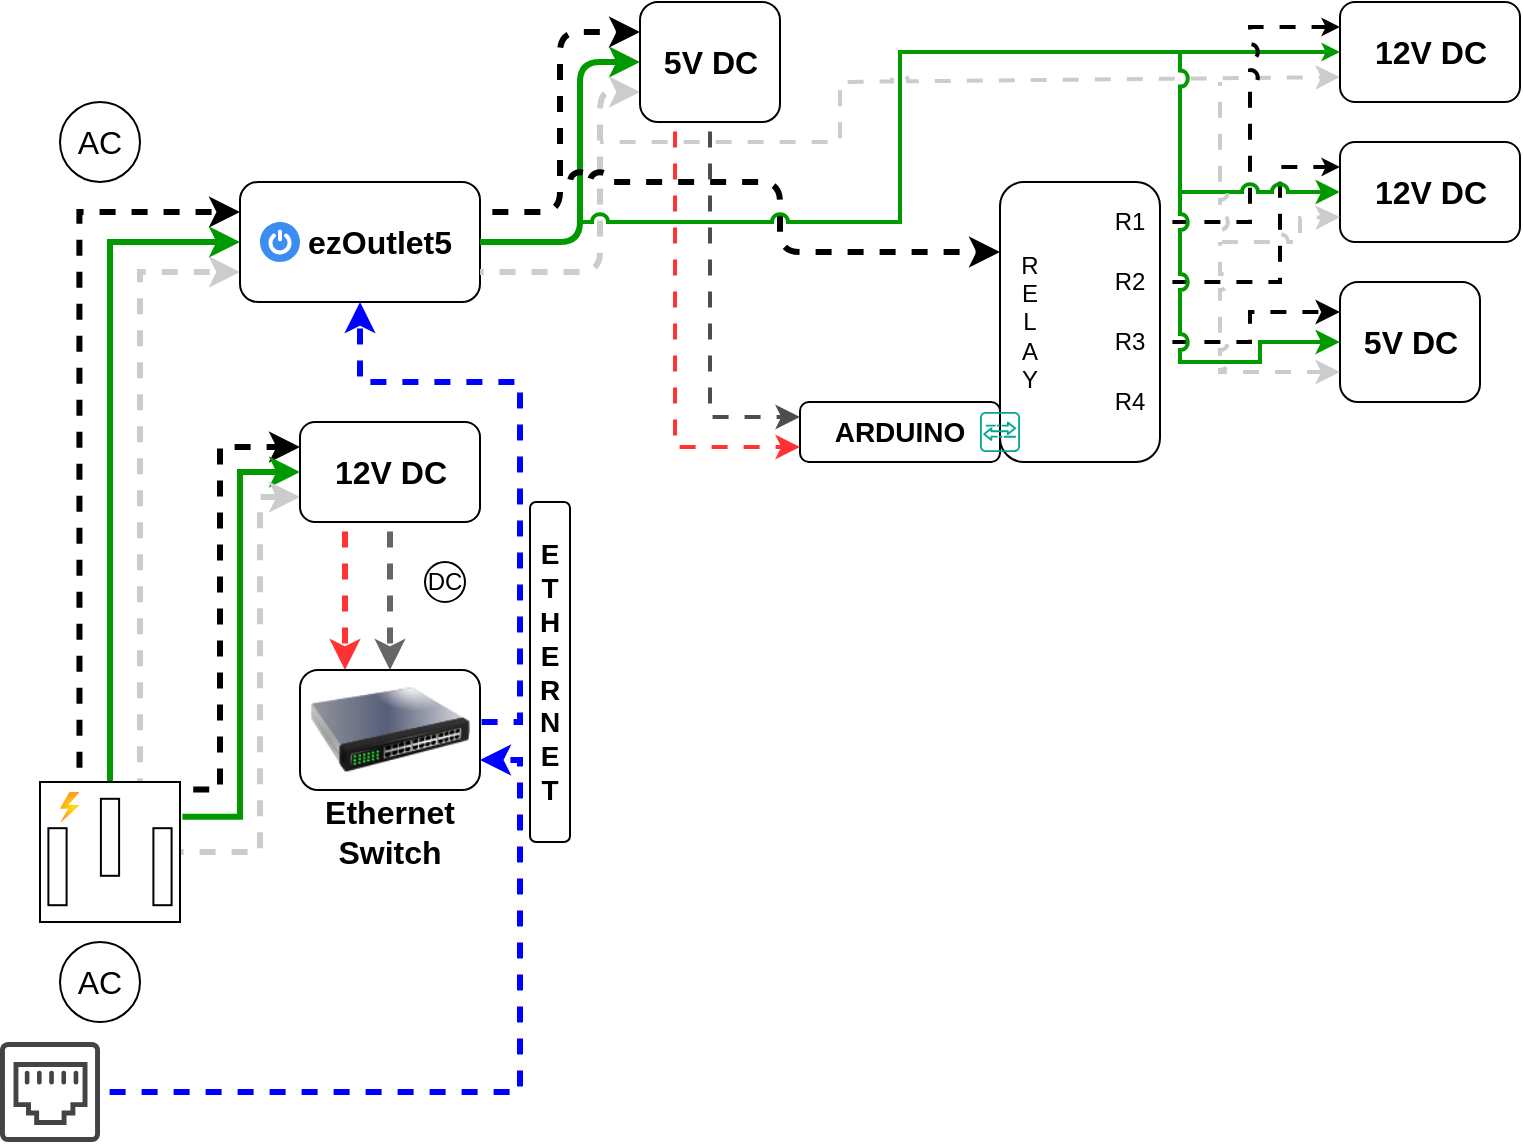
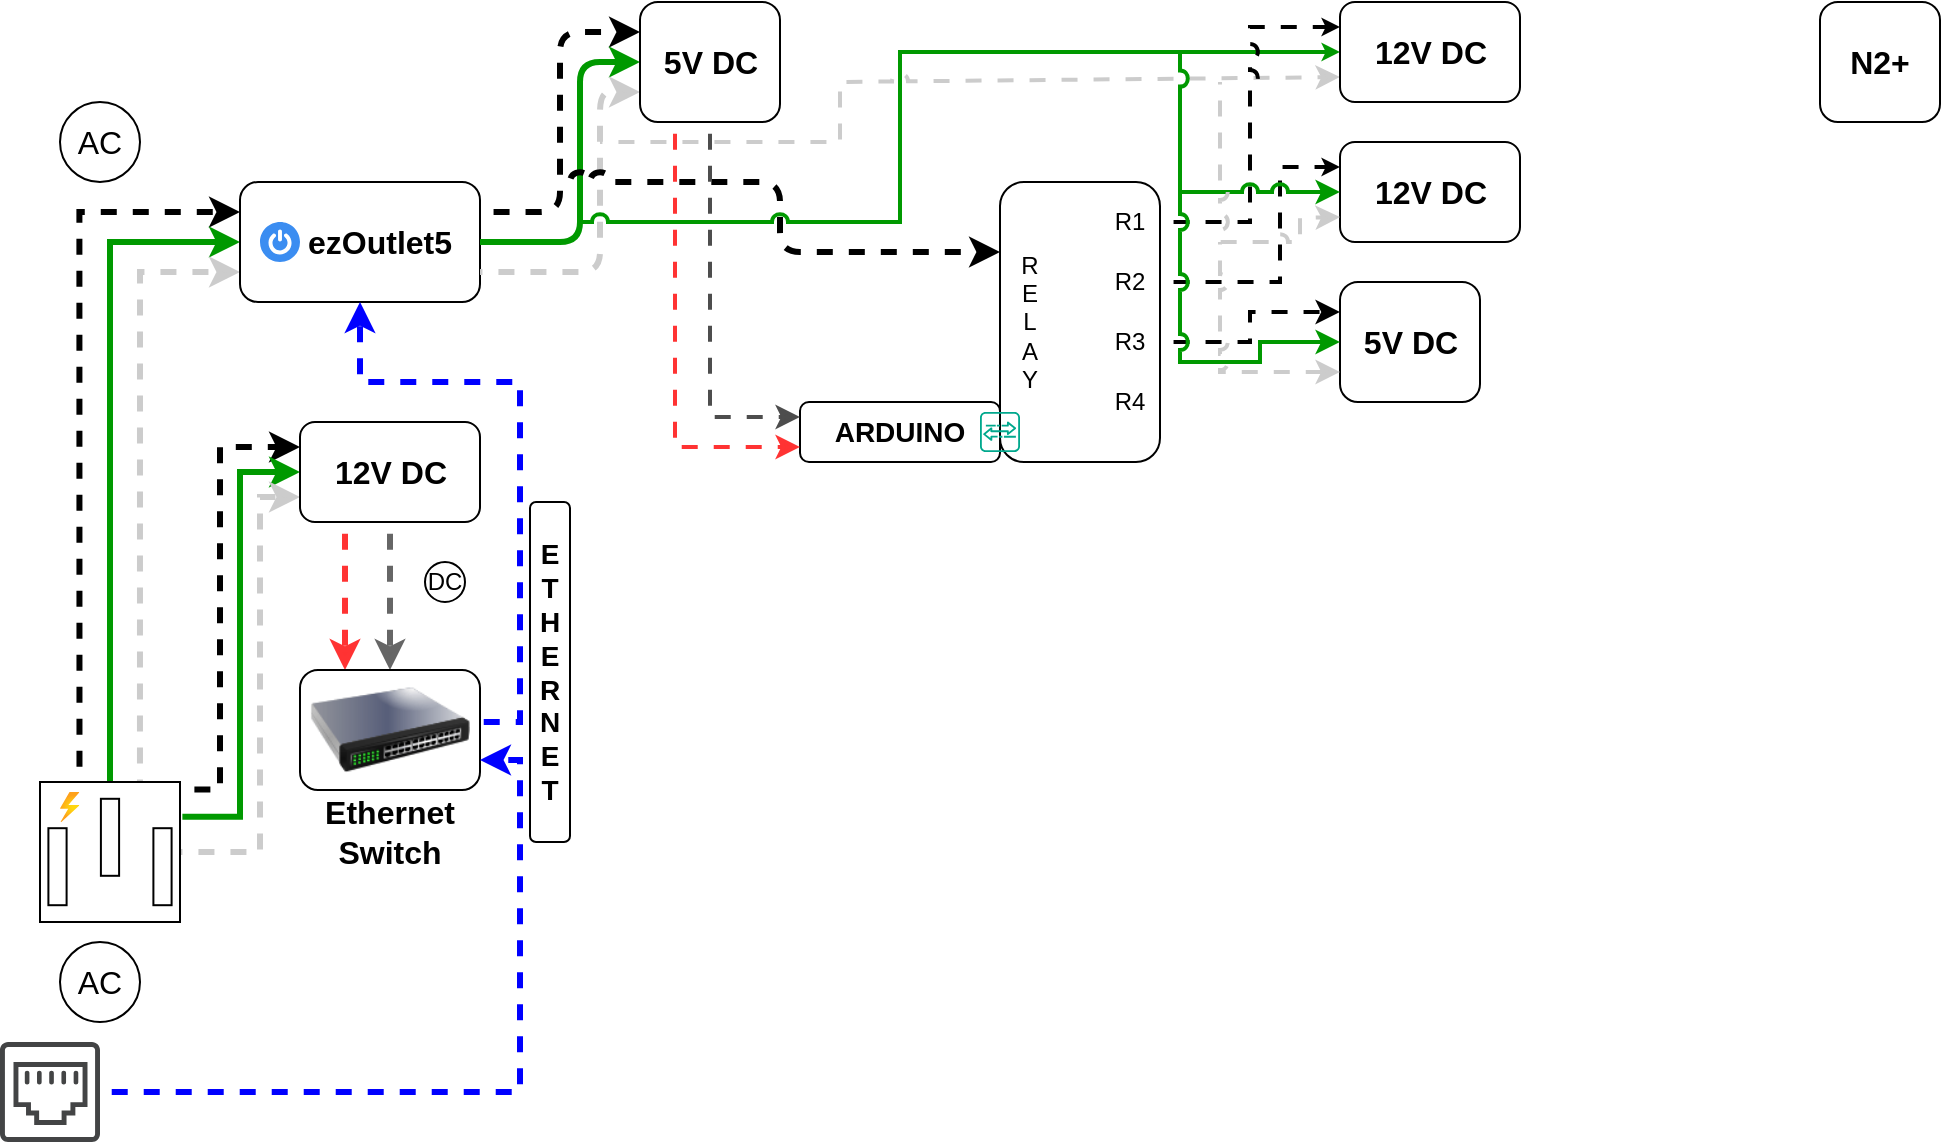
<mxfile host="app.diagrams.net" agent="Mozilla/5.0 (Windows NT 10.0; Win64; x64) AppleWebKit/537.36 (KHTML, like Gecko) Chrome/131.0.0.0 Safari/537.36 Edg/131.0.0.0" version="25.0.3">
  <diagram name="Page-1" id="VlRkN-xOVygPYa-iD9Ir">
-     <mxGraphModel dx="292" dy="183" grid="1" gridSize="10" guides="1" tooltips="1" connect="1" arrows="1" fold="1" page="1" pageScale="1" pageWidth="1600" pageHeight="900" background="none" math="0" shadow="0">
+     <mxGraphModel dx="500" dy="313" grid="1" gridSize="10" guides="1" tooltips="1" connect="1" arrows="1" fold="1" page="1" pageScale="1" pageWidth="1600" pageHeight="900" background="none" math="0" shadow="0">
      <root>
        <mxCell id="0" />
        <mxCell id="1" parent="0" />
        <mxCell id="JVLtuT8sySUBbFbLTn6r-3" style="edgeStyle=orthogonalEdgeStyle;rounded=0;orthogonalLoop=1;jettySize=auto;html=1;entryX=0;entryY=0.25;entryDx=0;entryDy=0;exitX=0.282;exitY=-0.013;exitDx=0;exitDy=0;exitPerimeter=0;strokeWidth=3;flowAnimation=1;flowAnimationDirection=alternate;flowAnimationTimingFunction=ease-in-out;flowAnimationDuration=1500;" parent="1" source="pD8juBFKP1GN8B8eYQTb-1" target="pD8juBFKP1GN8B8eYQTb-3" edge="1">
          <mxGeometry relative="1" as="geometry" />
        </mxCell>
        <mxCell id="JVLtuT8sySUBbFbLTn6r-4" style="edgeStyle=orthogonalEdgeStyle;rounded=0;orthogonalLoop=1;jettySize=auto;html=1;exitX=0.5;exitY=0;exitDx=0;exitDy=0;exitPerimeter=0;entryX=0;entryY=0.5;entryDx=0;entryDy=0;strokeColor=#009900;strokeWidth=3;" parent="1" source="pD8juBFKP1GN8B8eYQTb-1" target="pD8juBFKP1GN8B8eYQTb-3" edge="1">
          <mxGeometry relative="1" as="geometry" />
        </mxCell>
        <mxCell id="JVLtuT8sySUBbFbLTn6r-5" style="edgeStyle=orthogonalEdgeStyle;rounded=0;orthogonalLoop=1;jettySize=auto;html=1;entryX=0;entryY=0.75;entryDx=0;entryDy=0;exitX=0.714;exitY=0;exitDx=0;exitDy=0;exitPerimeter=0;strokeWidth=3;strokeColor=#CCCCCC;flowAnimation=1;flowAnimationDirection=alternate-reverse;flowAnimationTimingFunction=ease-in-out;flowAnimationDuration=1500;" parent="1" source="pD8juBFKP1GN8B8eYQTb-1" target="pD8juBFKP1GN8B8eYQTb-3" edge="1">
          <mxGeometry relative="1" as="geometry">
            <mxPoint x="120" y="320" as="targetPoint" />
          </mxGeometry>
        </mxCell>
        <mxCell id="JVLtuT8sySUBbFbLTn6r-6" style="edgeStyle=orthogonalEdgeStyle;rounded=0;orthogonalLoop=1;jettySize=auto;html=1;entryX=0;entryY=0.25;entryDx=0;entryDy=0;exitX=1.006;exitY=0.054;exitDx=0;exitDy=0;exitPerimeter=0;strokeWidth=3;flowAnimation=1;flowAnimationDirection=alternate;flowAnimationTimingFunction=ease-in-out;flowAnimationDuration=1500;" parent="1" source="pD8juBFKP1GN8B8eYQTb-1" target="pD8juBFKP1GN8B8eYQTb-24" edge="1">
          <mxGeometry relative="1" as="geometry">
            <Array as="points">
              <mxPoint x="120" y="404" />
              <mxPoint x="120" y="233" />
            </Array>
          </mxGeometry>
        </mxCell>
        <mxCell id="JVLtuT8sySUBbFbLTn6r-7" style="edgeStyle=orthogonalEdgeStyle;rounded=0;orthogonalLoop=1;jettySize=auto;html=1;entryX=0;entryY=0.5;entryDx=0;entryDy=0;exitX=1.017;exitY=0.249;exitDx=0;exitDy=0;exitPerimeter=0;strokeWidth=3;strokeColor=#009900;" parent="1" source="pD8juBFKP1GN8B8eYQTb-1" target="pD8juBFKP1GN8B8eYQTb-24" edge="1">
          <mxGeometry relative="1" as="geometry" />
        </mxCell>
        <mxCell id="JVLtuT8sySUBbFbLTn6r-8" style="edgeStyle=orthogonalEdgeStyle;rounded=0;orthogonalLoop=1;jettySize=auto;html=1;entryX=0;entryY=0.75;entryDx=0;entryDy=0;strokeColor=#CCCCCC;strokeWidth=3;flowAnimation=1;flowAnimationDirection=alternate-reverse;flowAnimationTimingFunction=ease-in-out;flowAnimationDuration=1500;" parent="1" source="pD8juBFKP1GN8B8eYQTb-1" target="pD8juBFKP1GN8B8eYQTb-24" edge="1">
          <mxGeometry relative="1" as="geometry">
            <Array as="points">
              <mxPoint x="140" y="435" />
              <mxPoint x="140" y="258" />
            </Array>
          </mxGeometry>
        </mxCell>
        <mxCell id="JVLtuT8sySUBbFbLTn6r-1" value="" style="group" parent="1" vertex="1" connectable="0">
          <mxGeometry x="30" y="480" width="60" height="40" as="geometry" />
        </mxCell>
        <mxCell id="pD8juBFKP1GN8B8eYQTb-22" value="AC" style="text;html=1;align=center;verticalAlign=middle;whiteSpace=wrap;rounded=0;fontSize=16;" parent="JVLtuT8sySUBbFbLTn6r-1" vertex="1">
          <mxGeometry y="5" width="60" height="30" as="geometry" />
        </mxCell>
        <mxCell id="pD8juBFKP1GN8B8eYQTb-23" value="" style="ellipse;whiteSpace=wrap;html=1;fillColor=none;" parent="JVLtuT8sySUBbFbLTn6r-1" vertex="1">
          <mxGeometry x="10" width="40" height="40" as="geometry" />
        </mxCell>
        <mxCell id="JVLtuT8sySUBbFbLTn6r-2" value="" style="group" parent="1" vertex="1" connectable="0">
          <mxGeometry x="30" y="60" width="60" height="40" as="geometry" />
        </mxCell>
        <mxCell id="pD8juBFKP1GN8B8eYQTb-9" value="" style="ellipse;whiteSpace=wrap;html=1;fillColor=none;" parent="JVLtuT8sySUBbFbLTn6r-2" vertex="1">
          <mxGeometry x="10" width="40" height="40" as="geometry" />
        </mxCell>
        <mxCell id="pD8juBFKP1GN8B8eYQTb-11" value="AC" style="text;html=1;align=center;verticalAlign=middle;whiteSpace=wrap;rounded=0;fontSize=16;" parent="JVLtuT8sySUBbFbLTn6r-2" vertex="1">
          <mxGeometry y="5" width="60" height="30" as="geometry" />
        </mxCell>
        <mxCell id="JVLtuT8sySUBbFbLTn6r-9" value="" style="group" parent="1" vertex="1" connectable="0">
          <mxGeometry x="130" y="100" width="120" height="60" as="geometry" />
        </mxCell>
        <mxCell id="JVLtuT8sySUBbFbLTn6r-16" value="" style="group" parent="JVLtuT8sySUBbFbLTn6r-9" vertex="1" connectable="0">
          <mxGeometry width="120" height="60" as="geometry" />
        </mxCell>
        <mxCell id="pD8juBFKP1GN8B8eYQTb-3" value="" style="rounded=1;whiteSpace=wrap;html=1;" parent="JVLtuT8sySUBbFbLTn6r-16" vertex="1">
          <mxGeometry width="120" height="60" as="geometry" />
        </mxCell>
        <mxCell id="JVLtuT8sySUBbFbLTn6r-13" value="" style="sketch=0;html=1;aspect=fixed;strokeColor=none;shadow=0;fillColor=#3B8DF1;verticalAlign=top;labelPosition=center;verticalLabelPosition=bottom;shape=mxgraph.gcp2.a7_power" parent="JVLtuT8sySUBbFbLTn6r-16" vertex="1">
          <mxGeometry x="10" y="20" width="20" height="20" as="geometry" />
        </mxCell>
        <mxCell id="pD8juBFKP1GN8B8eYQTb-15" value="&lt;b&gt;ezOutlet5&lt;/b&gt;" style="text;html=1;align=center;verticalAlign=middle;whiteSpace=wrap;rounded=0;fontSize=16;" parent="JVLtuT8sySUBbFbLTn6r-16" vertex="1">
          <mxGeometry x="40" y="10" width="60" height="40" as="geometry" />
        </mxCell>
        <mxCell id="JVLtuT8sySUBbFbLTn6r-11" value="" style="group" parent="1" vertex="1" connectable="0">
          <mxGeometry x="160" y="220" width="90" height="50" as="geometry" />
        </mxCell>
        <mxCell id="JVLtuT8sySUBbFbLTn6r-72" value="" style="group" parent="JVLtuT8sySUBbFbLTn6r-11" vertex="1" connectable="0">
          <mxGeometry width="90" height="50" as="geometry" />
        </mxCell>
        <mxCell id="pD8juBFKP1GN8B8eYQTb-24" value="" style="rounded=1;whiteSpace=wrap;html=1;" parent="JVLtuT8sySUBbFbLTn6r-72" vertex="1">
          <mxGeometry width="90" height="50" as="geometry" />
        </mxCell>
        <mxCell id="JVLtuT8sySUBbFbLTn6r-10" value="&lt;font style=&quot;font-size: 16px;&quot;&gt;&lt;b&gt;12V DC&lt;/b&gt;&lt;/font&gt;" style="text;html=1;align=center;verticalAlign=middle;whiteSpace=wrap;rounded=0;" parent="JVLtuT8sySUBbFbLTn6r-72" vertex="1">
          <mxGeometry x="15.75" y="10" width="58.5" height="30" as="geometry" />
        </mxCell>
        <mxCell id="JVLtuT8sySUBbFbLTn6r-18" value="" style="group" parent="1" vertex="1" connectable="0">
          <mxGeometry x="30" y="400" width="70" height="70" as="geometry" />
        </mxCell>
        <mxCell id="pD8juBFKP1GN8B8eYQTb-1" value="" style="pointerEvents=1;verticalLabelPosition=bottom;shadow=0;dashed=0;align=center;html=1;verticalAlign=top;shape=mxgraph.electrical.miscellaneous.ac_out" parent="JVLtuT8sySUBbFbLTn6r-18" vertex="1">
          <mxGeometry width="70" height="70" as="geometry" />
        </mxCell>
        <mxCell id="JVLtuT8sySUBbFbLTn6r-12" value="" style="image;aspect=fixed;html=1;points=[];align=center;fontSize=12;image=img/lib/azure2/general/Power.svg;" parent="JVLtuT8sySUBbFbLTn6r-18" vertex="1">
          <mxGeometry x="10" y="5" width="9.72" height="15" as="geometry" />
        </mxCell>
        <mxCell id="JVLtuT8sySUBbFbLTn6r-23" style="edgeStyle=orthogonalEdgeStyle;rounded=0;orthogonalLoop=1;jettySize=auto;html=1;entryX=0.25;entryY=0;entryDx=0;entryDy=0;exitX=0.25;exitY=1;exitDx=0;exitDy=0;strokeColor=#FF3333;strokeWidth=3;flowAnimation=1;" parent="1" source="pD8juBFKP1GN8B8eYQTb-24" target="JVLtuT8sySUBbFbLTn6r-19" edge="1">
          <mxGeometry relative="1" as="geometry" />
        </mxCell>
        <mxCell id="JVLtuT8sySUBbFbLTn6r-28" value="" style="group" parent="1" vertex="1" connectable="0">
          <mxGeometry x="220" y="290" width="25" height="20" as="geometry" />
        </mxCell>
        <mxCell id="JVLtuT8sySUBbFbLTn6r-26" value="" style="ellipse;whiteSpace=wrap;html=1;aspect=fixed;" parent="JVLtuT8sySUBbFbLTn6r-28" vertex="1">
          <mxGeometry x="2.5" width="20" height="20" as="geometry" />
        </mxCell>
        <mxCell id="JVLtuT8sySUBbFbLTn6r-27" value="&lt;font&gt;DC&lt;/font&gt;" style="text;html=1;align=center;verticalAlign=middle;whiteSpace=wrap;rounded=0;" parent="JVLtuT8sySUBbFbLTn6r-28" vertex="1">
          <mxGeometry y="2.5" width="25" height="15" as="geometry" />
        </mxCell>
        <mxCell id="JVLtuT8sySUBbFbLTn6r-29" style="edgeStyle=orthogonalEdgeStyle;rounded=0;orthogonalLoop=1;jettySize=auto;html=1;exitX=0.5;exitY=1;exitDx=0;exitDy=0;entryX=0.5;entryY=0;entryDx=0;entryDy=0;strokeWidth=3;flowAnimation=1;strokeColor=#666666;" parent="1" source="pD8juBFKP1GN8B8eYQTb-24" target="JVLtuT8sySUBbFbLTn6r-19" edge="1">
          <mxGeometry relative="1" as="geometry" />
        </mxCell>
        <mxCell id="JVLtuT8sySUBbFbLTn6r-30" style="edgeStyle=orthogonalEdgeStyle;rounded=0;orthogonalLoop=1;jettySize=auto;html=1;exitX=1;exitY=0.5;exitDx=0;exitDy=0;entryX=0.5;entryY=1;entryDx=0;entryDy=0;strokeColor=#0000FF;strokeWidth=3;flowAnimation=1;" parent="1" source="JVLtuT8sySUBbFbLTn6r-19" target="pD8juBFKP1GN8B8eYQTb-3" edge="1">
          <mxGeometry relative="1" as="geometry">
            <Array as="points">
              <mxPoint x="270" y="370" />
              <mxPoint x="270" y="200" />
              <mxPoint x="190" y="200" />
            </Array>
          </mxGeometry>
        </mxCell>
        <mxCell id="JVLtuT8sySUBbFbLTn6r-33" value="" style="rounded=1;whiteSpace=wrap;html=1;" parent="1" vertex="1">
          <mxGeometry x="510" y="100" width="80" height="140" as="geometry" />
        </mxCell>
        <mxCell id="JVLtuT8sySUBbFbLTn6r-35" style="edgeStyle=orthogonalEdgeStyle;rounded=1;orthogonalLoop=1;jettySize=auto;html=1;exitX=1;exitY=0.25;exitDx=0;exitDy=0;entryX=0;entryY=0.25;entryDx=0;entryDy=0;curved=0;strokeWidth=3;flowAnimation=1;flowAnimationDirection=alternate;flowAnimationTimingFunction=ease-in-out;flowAnimationDuration=1500;" parent="1" source="pD8juBFKP1GN8B8eYQTb-3" target="JVLtuT8sySUBbFbLTn6r-34" edge="1">
          <mxGeometry relative="1" as="geometry" />
        </mxCell>
        <mxCell id="JVLtuT8sySUBbFbLTn6r-36" style="edgeStyle=orthogonalEdgeStyle;rounded=1;orthogonalLoop=1;jettySize=auto;html=1;exitX=1;exitY=0.5;exitDx=0;exitDy=0;entryX=0;entryY=0.5;entryDx=0;entryDy=0;curved=0;strokeWidth=3;strokeColor=#009900;" parent="1" source="pD8juBFKP1GN8B8eYQTb-3" target="JVLtuT8sySUBbFbLTn6r-34" edge="1">
          <mxGeometry relative="1" as="geometry">
            <Array as="points">
              <mxPoint x="300" y="130" />
              <mxPoint x="300" y="40" />
            </Array>
          </mxGeometry>
        </mxCell>
        <mxCell id="JVLtuT8sySUBbFbLTn6r-37" style="edgeStyle=orthogonalEdgeStyle;rounded=1;orthogonalLoop=1;jettySize=auto;html=1;exitX=1;exitY=0.75;exitDx=0;exitDy=0;entryX=0;entryY=0.75;entryDx=0;entryDy=0;curved=0;strokeColor=#CCCCCC;strokeWidth=3;flowAnimation=1;flowAnimationDirection=alternate-reverse;flowAnimationTimingFunction=ease-in-out;flowAnimationDuration=1500;" parent="1" source="pD8juBFKP1GN8B8eYQTb-3" target="JVLtuT8sySUBbFbLTn6r-34" edge="1">
          <mxGeometry relative="1" as="geometry">
            <Array as="points">
              <mxPoint x="310" y="145" />
              <mxPoint x="310" y="55" />
            </Array>
          </mxGeometry>
        </mxCell>
        <mxCell id="JVLtuT8sySUBbFbLTn6r-40" value="" style="endArrow=classic;html=1;rounded=1;curved=0;entryX=0;entryY=0.25;entryDx=0;entryDy=0;jumpStyle=arc;strokeWidth=3;flowAnimation=1;flowAnimationDirection=alternate;flowAnimationTimingFunction=ease-in-out;flowAnimationDuration=1500;" parent="1" target="JVLtuT8sySUBbFbLTn6r-33" edge="1">
          <mxGeometry width="50" height="50" relative="1" as="geometry">
            <mxPoint x="290" y="100" as="sourcePoint" />
            <mxPoint x="410" y="170" as="targetPoint" />
            <Array as="points">
              <mxPoint x="400" y="100" />
              <mxPoint x="400" y="135" />
            </Array>
          </mxGeometry>
        </mxCell>
        <mxCell id="JVLtuT8sySUBbFbLTn6r-51" value="" style="group" parent="1" vertex="1" connectable="0">
          <mxGeometry x="160" y="344" width="90" height="96" as="geometry" />
        </mxCell>
        <mxCell id="JVLtuT8sySUBbFbLTn6r-21" value="" style="group" parent="JVLtuT8sySUBbFbLTn6r-51" vertex="1" connectable="0">
          <mxGeometry width="90" height="70" as="geometry" />
        </mxCell>
        <mxCell id="JVLtuT8sySUBbFbLTn6r-50" value="" style="group" parent="JVLtuT8sySUBbFbLTn6r-21" vertex="1" connectable="0">
          <mxGeometry width="90" height="70" as="geometry" />
        </mxCell>
        <mxCell id="JVLtuT8sySUBbFbLTn6r-19" value="" style="rounded=1;whiteSpace=wrap;html=1;" parent="JVLtuT8sySUBbFbLTn6r-50" vertex="1">
          <mxGeometry width="90" height="60" as="geometry" />
        </mxCell>
        <mxCell id="JVLtuT8sySUBbFbLTn6r-49" value="" style="image;html=1;image=img/lib/clip_art/networking/Switch_128x128.png" parent="JVLtuT8sySUBbFbLTn6r-50" vertex="1">
          <mxGeometry x="5" y="-10" width="80" height="80" as="geometry" />
        </mxCell>
        <mxCell id="JVLtuT8sySUBbFbLTn6r-20" value="&lt;b&gt;&lt;font style=&quot;font-size: 16px;&quot;&gt;Ethernet&lt;/font&gt;&lt;/b&gt;&lt;div&gt;&lt;b&gt;&lt;font style=&quot;font-size: 16px;&quot;&gt;Switch&lt;/font&gt;&lt;/b&gt;&lt;/div&gt;" style="text;html=1;align=center;verticalAlign=middle;whiteSpace=wrap;rounded=0;" parent="JVLtuT8sySUBbFbLTn6r-51" vertex="1">
          <mxGeometry x="15" y="66" width="60" height="30" as="geometry" />
        </mxCell>
        <mxCell id="JVLtuT8sySUBbFbLTn6r-53" value="" style="group" parent="1" vertex="1" connectable="0">
          <mxGeometry x="330" y="10" width="70" height="60" as="geometry" />
        </mxCell>
        <mxCell id="JVLtuT8sySUBbFbLTn6r-71" value="" style="group" parent="JVLtuT8sySUBbFbLTn6r-53" vertex="1" connectable="0">
          <mxGeometry width="70" height="60" as="geometry" />
        </mxCell>
        <mxCell id="JVLtuT8sySUBbFbLTn6r-34" value="" style="rounded=1;whiteSpace=wrap;html=1;" parent="JVLtuT8sySUBbFbLTn6r-71" vertex="1">
          <mxGeometry width="70" height="60" as="geometry" />
        </mxCell>
        <mxCell id="JVLtuT8sySUBbFbLTn6r-52" value="&lt;font style=&quot;font-size: 16px;&quot;&gt;&lt;b&gt;5&lt;/b&gt;&lt;/font&gt;&lt;b style=&quot;font-size: 16px; background-color: initial;&quot;&gt;V DC&lt;/b&gt;" style="text;html=1;align=center;verticalAlign=middle;whiteSpace=wrap;rounded=0;" parent="JVLtuT8sySUBbFbLTn6r-71" vertex="1">
          <mxGeometry x="5.75" y="15" width="58.5" height="30" as="geometry" />
        </mxCell>
        <mxCell id="JVLtuT8sySUBbFbLTn6r-54" value="" style="endArrow=classic;html=1;rounded=0;entryX=0;entryY=0.5;entryDx=0;entryDy=0;jumpStyle=arc;strokeColor=#009900;strokeWidth=2;endSize=3;" parent="1" target="JVLtuT8sySUBbFbLTn6r-74" edge="1">
          <mxGeometry width="50" height="50" relative="1" as="geometry">
            <mxPoint x="300" y="120" as="sourcePoint" />
            <mxPoint x="350" y="80" as="targetPoint" />
            <Array as="points">
              <mxPoint x="460" y="120" />
              <mxPoint x="460" y="35" />
            </Array>
          </mxGeometry>
        </mxCell>
        <mxCell id="JVLtuT8sySUBbFbLTn6r-55" value="" style="endArrow=classic;html=1;rounded=0;entryX=0;entryY=0.75;entryDx=0;entryDy=0;strokeColor=#CCCCCC;strokeWidth=2;jumpStyle=arc;flowAnimation=1;flowAnimationDirection=alternate-reverse;flowAnimationTimingFunction=ease-in-out;flowAnimationDuration=1500;" parent="1" target="JVLtuT8sySUBbFbLTn6r-74" edge="1">
          <mxGeometry width="50" height="50" relative="1" as="geometry">
            <mxPoint x="310" y="80" as="sourcePoint" />
            <mxPoint x="350" y="140" as="targetPoint" />
            <Array as="points">
              <mxPoint x="430" y="80" />
              <mxPoint x="430" y="50" />
              <mxPoint x="520" y="50" />
            </Array>
          </mxGeometry>
        </mxCell>
        <mxCell id="JVLtuT8sySUBbFbLTn6r-56" value="R&lt;div&gt;E&lt;/div&gt;&lt;div&gt;L&lt;/div&gt;&lt;div&gt;A&lt;/div&gt;&lt;div&gt;Y&lt;/div&gt;" style="text;html=1;align=center;verticalAlign=middle;whiteSpace=wrap;rounded=0;" parent="1" vertex="1">
          <mxGeometry x="510" y="135" width="30" height="70" as="geometry" />
        </mxCell>
        <mxCell id="JVLtuT8sySUBbFbLTn6r-79" style="edgeStyle=orthogonalEdgeStyle;rounded=0;orthogonalLoop=1;jettySize=auto;html=1;exitX=1;exitY=0.5;exitDx=0;exitDy=0;entryX=0;entryY=0.25;entryDx=0;entryDy=0;strokeWidth=2;flowAnimation=1;flowAnimationDirection=alternate;flowAnimationTimingFunction=ease-in-out;flowAnimationDuration=1500;jumpStyle=arc;endSize=3;" parent="1" source="JVLtuT8sySUBbFbLTn6r-57" target="JVLtuT8sySUBbFbLTn6r-74" edge="1">
          <mxGeometry relative="1" as="geometry" />
        </mxCell>
        <mxCell id="JVLtuT8sySUBbFbLTn6r-57" value="R1" style="text;html=1;align=center;verticalAlign=middle;whiteSpace=wrap;rounded=0;" parent="1" vertex="1">
          <mxGeometry x="560" y="105" width="30" height="30" as="geometry" />
        </mxCell>
        <mxCell id="JVLtuT8sySUBbFbLTn6r-80" style="edgeStyle=orthogonalEdgeStyle;rounded=0;orthogonalLoop=1;jettySize=auto;html=1;exitX=1;exitY=0.5;exitDx=0;exitDy=0;entryX=0;entryY=0.25;entryDx=0;entryDy=0;strokeWidth=2;flowAnimation=1;flowAnimationDirection=alternate;flowAnimationTimingFunction=ease-in-out;flowAnimationDuration=1500;endSize=3;jumpStyle=arc;" parent="1" source="JVLtuT8sySUBbFbLTn6r-58" target="JVLtuT8sySUBbFbLTn6r-77" edge="1">
          <mxGeometry relative="1" as="geometry">
            <Array as="points">
              <mxPoint x="650" y="150" />
              <mxPoint x="650" y="93" />
            </Array>
          </mxGeometry>
        </mxCell>
        <mxCell id="JVLtuT8sySUBbFbLTn6r-58" value="R2" style="text;html=1;align=center;verticalAlign=middle;whiteSpace=wrap;rounded=0;" parent="1" vertex="1">
          <mxGeometry x="560" y="135" width="30" height="30" as="geometry" />
        </mxCell>
        <mxCell id="JVLtuT8sySUBbFbLTn6r-81" style="edgeStyle=orthogonalEdgeStyle;rounded=0;orthogonalLoop=1;jettySize=auto;html=1;exitX=1;exitY=0.5;exitDx=0;exitDy=0;entryX=0;entryY=0.25;entryDx=0;entryDy=0;strokeWidth=2;flowAnimation=1;flowAnimationDirection=alternate;flowAnimationTimingFunction=ease-in-out;flowAnimationDuration=1500;jumpStyle=arc;" parent="1" source="JVLtuT8sySUBbFbLTn6r-59" target="JVLtuT8sySUBbFbLTn6r-63" edge="1">
          <mxGeometry relative="1" as="geometry" />
        </mxCell>
        <mxCell id="JVLtuT8sySUBbFbLTn6r-59" value="R3" style="text;html=1;align=center;verticalAlign=middle;whiteSpace=wrap;rounded=0;" parent="1" vertex="1">
          <mxGeometry x="560" y="165" width="30" height="30" as="geometry" />
        </mxCell>
        <mxCell id="JVLtuT8sySUBbFbLTn6r-60" value="R4" style="text;html=1;align=center;verticalAlign=middle;whiteSpace=wrap;rounded=0;" parent="1" vertex="1">
          <mxGeometry x="560" y="195" width="30" height="30" as="geometry" />
        </mxCell>
        <mxCell id="JVLtuT8sySUBbFbLTn6r-67" value="" style="group" parent="1" vertex="1" connectable="0">
          <mxGeometry x="680" y="150" width="70" height="60" as="geometry" />
        </mxCell>
        <mxCell id="JVLtuT8sySUBbFbLTn6r-63" value="" style="rounded=1;whiteSpace=wrap;html=1;" parent="JVLtuT8sySUBbFbLTn6r-67" vertex="1">
          <mxGeometry width="70" height="60" as="geometry" />
        </mxCell>
        <mxCell id="JVLtuT8sySUBbFbLTn6r-62" value="" style="group" parent="JVLtuT8sySUBbFbLTn6r-67" vertex="1" connectable="0">
          <mxGeometry width="70" height="60" as="geometry" />
        </mxCell>
        <mxCell id="JVLtuT8sySUBbFbLTn6r-64" value="&lt;font style=&quot;font-size: 16px;&quot;&gt;&lt;b&gt;5&lt;/b&gt;&lt;/font&gt;&lt;b style=&quot;font-size: 16px; background-color: initial;&quot;&gt;V DC&lt;/b&gt;" style="text;html=1;align=center;verticalAlign=middle;whiteSpace=wrap;rounded=0;" parent="JVLtuT8sySUBbFbLTn6r-62" vertex="1">
          <mxGeometry x="5.75" y="15" width="58.5" height="30" as="geometry" />
        </mxCell>
        <mxCell id="JVLtuT8sySUBbFbLTn6r-73" value="" style="group" parent="1" vertex="1" connectable="0">
          <mxGeometry x="680" y="10" width="90" height="50" as="geometry" />
        </mxCell>
        <mxCell id="JVLtuT8sySUBbFbLTn6r-74" value="" style="rounded=1;whiteSpace=wrap;html=1;" parent="JVLtuT8sySUBbFbLTn6r-73" vertex="1">
          <mxGeometry width="90" height="50" as="geometry" />
        </mxCell>
        <mxCell id="JVLtuT8sySUBbFbLTn6r-75" value="&lt;font style=&quot;font-size: 16px;&quot;&gt;&lt;b&gt;12V DC&lt;/b&gt;&lt;/font&gt;" style="text;html=1;align=center;verticalAlign=middle;whiteSpace=wrap;rounded=0;" parent="JVLtuT8sySUBbFbLTn6r-73" vertex="1">
          <mxGeometry x="15.75" y="10" width="58.5" height="30" as="geometry" />
        </mxCell>
        <mxCell id="JVLtuT8sySUBbFbLTn6r-76" value="" style="group" parent="1" vertex="1" connectable="0">
          <mxGeometry x="680" y="80" width="90" height="50" as="geometry" />
        </mxCell>
        <mxCell id="JVLtuT8sySUBbFbLTn6r-77" value="" style="rounded=1;whiteSpace=wrap;html=1;" parent="JVLtuT8sySUBbFbLTn6r-76" vertex="1">
          <mxGeometry width="90" height="50" as="geometry" />
        </mxCell>
        <mxCell id="JVLtuT8sySUBbFbLTn6r-78" value="&lt;font style=&quot;font-size: 16px;&quot;&gt;&lt;b&gt;12V DC&lt;/b&gt;&lt;/font&gt;" style="text;html=1;align=center;verticalAlign=middle;whiteSpace=wrap;rounded=0;" parent="JVLtuT8sySUBbFbLTn6r-76" vertex="1">
          <mxGeometry x="15.75" y="10" width="58.5" height="30" as="geometry" />
        </mxCell>
        <mxCell id="JVLtuT8sySUBbFbLTn6r-82" value="" style="endArrow=classic;html=1;rounded=0;entryX=0;entryY=0.5;entryDx=0;entryDy=0;jumpStyle=arc;strokeColor=#009900;strokeWidth=2;" parent="1" target="JVLtuT8sySUBbFbLTn6r-77" edge="1">
          <mxGeometry width="50" height="50" relative="1" as="geometry">
            <mxPoint x="600" y="35" as="sourcePoint" />
            <mxPoint x="660" y="105" as="targetPoint" />
            <Array as="points">
              <mxPoint x="600" y="105" />
            </Array>
          </mxGeometry>
        </mxCell>
        <mxCell id="JVLtuT8sySUBbFbLTn6r-83" value="" style="endArrow=classic;html=1;rounded=0;entryX=0;entryY=0.75;entryDx=0;entryDy=0;strokeWidth=2;strokeColor=#CCCCCC;flowAnimation=1;flowAnimationTimingFunction=ease-in-out;flowAnimationDirection=alternate-reverse;jumpStyle=arc;flowAnimationDuration=1500;" parent="1" target="JVLtuT8sySUBbFbLTn6r-77" edge="1">
          <mxGeometry width="50" height="50" relative="1" as="geometry">
            <mxPoint x="620" y="50" as="sourcePoint" />
            <mxPoint x="480" y="40" as="targetPoint" />
            <Array as="points">
              <mxPoint x="620" y="130" />
              <mxPoint x="660" y="130" />
              <mxPoint x="660" y="118" />
            </Array>
          </mxGeometry>
        </mxCell>
        <mxCell id="JVLtuT8sySUBbFbLTn6r-88" value="" style="endArrow=classic;html=1;rounded=0;entryX=0;entryY=0.5;entryDx=0;entryDy=0;strokeColor=#009900;strokeWidth=2;jumpStyle=arc;" parent="1" target="JVLtuT8sySUBbFbLTn6r-63" edge="1">
          <mxGeometry width="50" height="50" relative="1" as="geometry">
            <mxPoint x="600" y="100" as="sourcePoint" />
            <mxPoint x="600" y="140" as="targetPoint" />
            <Array as="points">
              <mxPoint x="600" y="190" />
              <mxPoint x="640" y="190" />
              <mxPoint x="640" y="180" />
            </Array>
          </mxGeometry>
        </mxCell>
        <mxCell id="JVLtuT8sySUBbFbLTn6r-89" value="" style="endArrow=classic;html=1;rounded=0;entryX=0;entryY=0.75;entryDx=0;entryDy=0;strokeWidth=2;strokeColor=#CCCCCC;flowAnimation=1;jumpStyle=arc;flowAnimationTimingFunction=ease-in-out;flowAnimationDirection=alternate-reverse;flowAnimationDuration=1500;" parent="1" target="JVLtuT8sySUBbFbLTn6r-63" edge="1">
          <mxGeometry width="50" height="50" relative="1" as="geometry">
            <mxPoint x="620" y="130" as="sourcePoint" />
            <mxPoint x="600" y="100" as="targetPoint" />
            <Array as="points">
              <mxPoint x="620" y="195" />
            </Array>
          </mxGeometry>
        </mxCell>
        <mxCell id="JVLtuT8sySUBbFbLTn6r-90" value="&lt;b&gt;&lt;font style=&quot;font-size: 14px;&quot;&gt;ARDUINO&lt;/font&gt;&lt;/b&gt;" style="rounded=1;whiteSpace=wrap;html=1;" parent="1" vertex="1">
          <mxGeometry x="410" y="210" width="100" height="30" as="geometry" />
        </mxCell>
        <mxCell id="JVLtuT8sySUBbFbLTn6r-91" style="edgeStyle=orthogonalEdgeStyle;rounded=0;orthogonalLoop=1;jettySize=auto;html=1;exitX=0.25;exitY=1;exitDx=0;exitDy=0;entryX=0;entryY=0.75;entryDx=0;entryDy=0;strokeWidth=2;flowAnimation=1;strokeColor=#FF3333;" parent="1" source="JVLtuT8sySUBbFbLTn6r-34" target="JVLtuT8sySUBbFbLTn6r-90" edge="1">
          <mxGeometry relative="1" as="geometry" />
        </mxCell>
        <mxCell id="JVLtuT8sySUBbFbLTn6r-92" style="edgeStyle=orthogonalEdgeStyle;rounded=0;orthogonalLoop=1;jettySize=auto;html=1;exitX=0.5;exitY=1;exitDx=0;exitDy=0;entryX=0;entryY=0.25;entryDx=0;entryDy=0;strokeWidth=2;flowAnimation=1;strokeColor=#4D4D4D;" parent="1" source="JVLtuT8sySUBbFbLTn6r-34" target="JVLtuT8sySUBbFbLTn6r-90" edge="1">
          <mxGeometry relative="1" as="geometry" />
        </mxCell>
        <mxCell id="JVLtuT8sySUBbFbLTn6r-93" value="" style="sketch=0;outlineConnect=0;fontColor=#232F3E;gradientColor=none;fillColor=#01A88D;strokeColor=none;dashed=0;verticalLabelPosition=bottom;verticalAlign=top;align=center;html=1;fontSize=12;fontStyle=0;aspect=fixed;shape=mxgraph.aws4.agent2;" parent="1" vertex="1">
          <mxGeometry x="500" y="215" width="20" height="20" as="geometry" />
        </mxCell>
        <mxCell id="0aRQkGjj-KWWZOeJOGup-1" value="" style="endArrow=classic;html=1;rounded=0;entryX=1;entryY=0.75;entryDx=0;entryDy=0;strokeWidth=3;strokeColor=#0000FF;flowAnimation=1;" edge="1" parent="1" source="0aRQkGjj-KWWZOeJOGup-3" target="JVLtuT8sySUBbFbLTn6r-19">
          <mxGeometry width="50" height="50" relative="1" as="geometry">
            <mxPoint x="40" y="560" as="sourcePoint" />
            <mxPoint x="560" y="420" as="targetPoint" />
            <Array as="points">
              <mxPoint x="270" y="555" />
              <mxPoint x="270" y="389" />
            </Array>
          </mxGeometry>
        </mxCell>
        <mxCell id="0aRQkGjj-KWWZOeJOGup-2" value="" style="group" vertex="1" connectable="0" parent="1">
          <mxGeometry x="270" y="260" width="30" height="170" as="geometry" />
        </mxCell>
        <mxCell id="JVLtuT8sySUBbFbLTn6r-31" value="" style="rounded=1;whiteSpace=wrap;html=1;" parent="0aRQkGjj-KWWZOeJOGup-2" vertex="1">
          <mxGeometry x="5" width="20" height="170" as="geometry" />
        </mxCell>
        <mxCell id="JVLtuT8sySUBbFbLTn6r-32" value="&lt;b&gt;&lt;font style=&quot;font-size: 14px;&quot;&gt;E&lt;/font&gt;&lt;/b&gt;&lt;div&gt;&lt;b&gt;&lt;font style=&quot;font-size: 14px;&quot;&gt;T&lt;/font&gt;&lt;/b&gt;&lt;/div&gt;&lt;div&gt;&lt;b&gt;&lt;font style=&quot;font-size: 14px;&quot;&gt;H&lt;/font&gt;&lt;/b&gt;&lt;/div&gt;&lt;div&gt;&lt;b&gt;&lt;font style=&quot;font-size: 14px;&quot;&gt;E&lt;/font&gt;&lt;/b&gt;&lt;/div&gt;&lt;div&gt;&lt;b&gt;&lt;font style=&quot;font-size: 14px;&quot;&gt;R&lt;/font&gt;&lt;/b&gt;&lt;/div&gt;&lt;div&gt;&lt;b&gt;&lt;font style=&quot;font-size: 14px;&quot;&gt;N&lt;/font&gt;&lt;/b&gt;&lt;/div&gt;&lt;div&gt;&lt;b&gt;&lt;font style=&quot;font-size: 14px;&quot;&gt;E&lt;/font&gt;&lt;/b&gt;&lt;/div&gt;&lt;div&gt;&lt;b&gt;&lt;font style=&quot;font-size: 14px;&quot;&gt;T&lt;/font&gt;&lt;/b&gt;&lt;/div&gt;" style="text;html=1;align=center;verticalAlign=middle;whiteSpace=wrap;rounded=0;" parent="0aRQkGjj-KWWZOeJOGup-2" vertex="1">
          <mxGeometry y="10" width="30" height="150" as="geometry" />
        </mxCell>
        <mxCell id="0aRQkGjj-KWWZOeJOGup-3" value="" style="sketch=0;pointerEvents=1;shadow=0;dashed=0;html=1;strokeColor=none;fillColor=#434445;aspect=fixed;labelPosition=center;verticalLabelPosition=bottom;verticalAlign=top;align=center;outlineConnect=0;shape=mxgraph.vvd.ethernet_port;" vertex="1" parent="1">
          <mxGeometry x="10" y="530" width="50" height="50" as="geometry" />
        </mxCell>
+         <mxCell id="0aRQkGjj-KWWZOeJOGup-6" value="" style="group" vertex="1" connectable="0" parent="1">
+           <mxGeometry x="920" y="10" width="60" height="60" as="geometry" />
+         </mxCell>
+         <mxCell id="0aRQkGjj-KWWZOeJOGup-4" value="" style="rounded=1;whiteSpace=wrap;html=1;" vertex="1" parent="0aRQkGjj-KWWZOeJOGup-6">
+           <mxGeometry width="60" height="60" as="geometry" />
+         </mxCell>
+         <mxCell id="0aRQkGjj-KWWZOeJOGup-5" value="&lt;b&gt;&lt;font style=&quot;font-size: 16px;&quot;&gt;N2+&lt;/font&gt;&lt;/b&gt;" style="text;html=1;align=center;verticalAlign=middle;whiteSpace=wrap;rounded=0;" vertex="1" parent="0aRQkGjj-KWWZOeJOGup-6">
+           <mxGeometry x="10" y="10" width="40" height="40" as="geometry" />
+         </mxCell>
      </root>
    </mxGraphModel>
  </diagram>
</mxfile>
